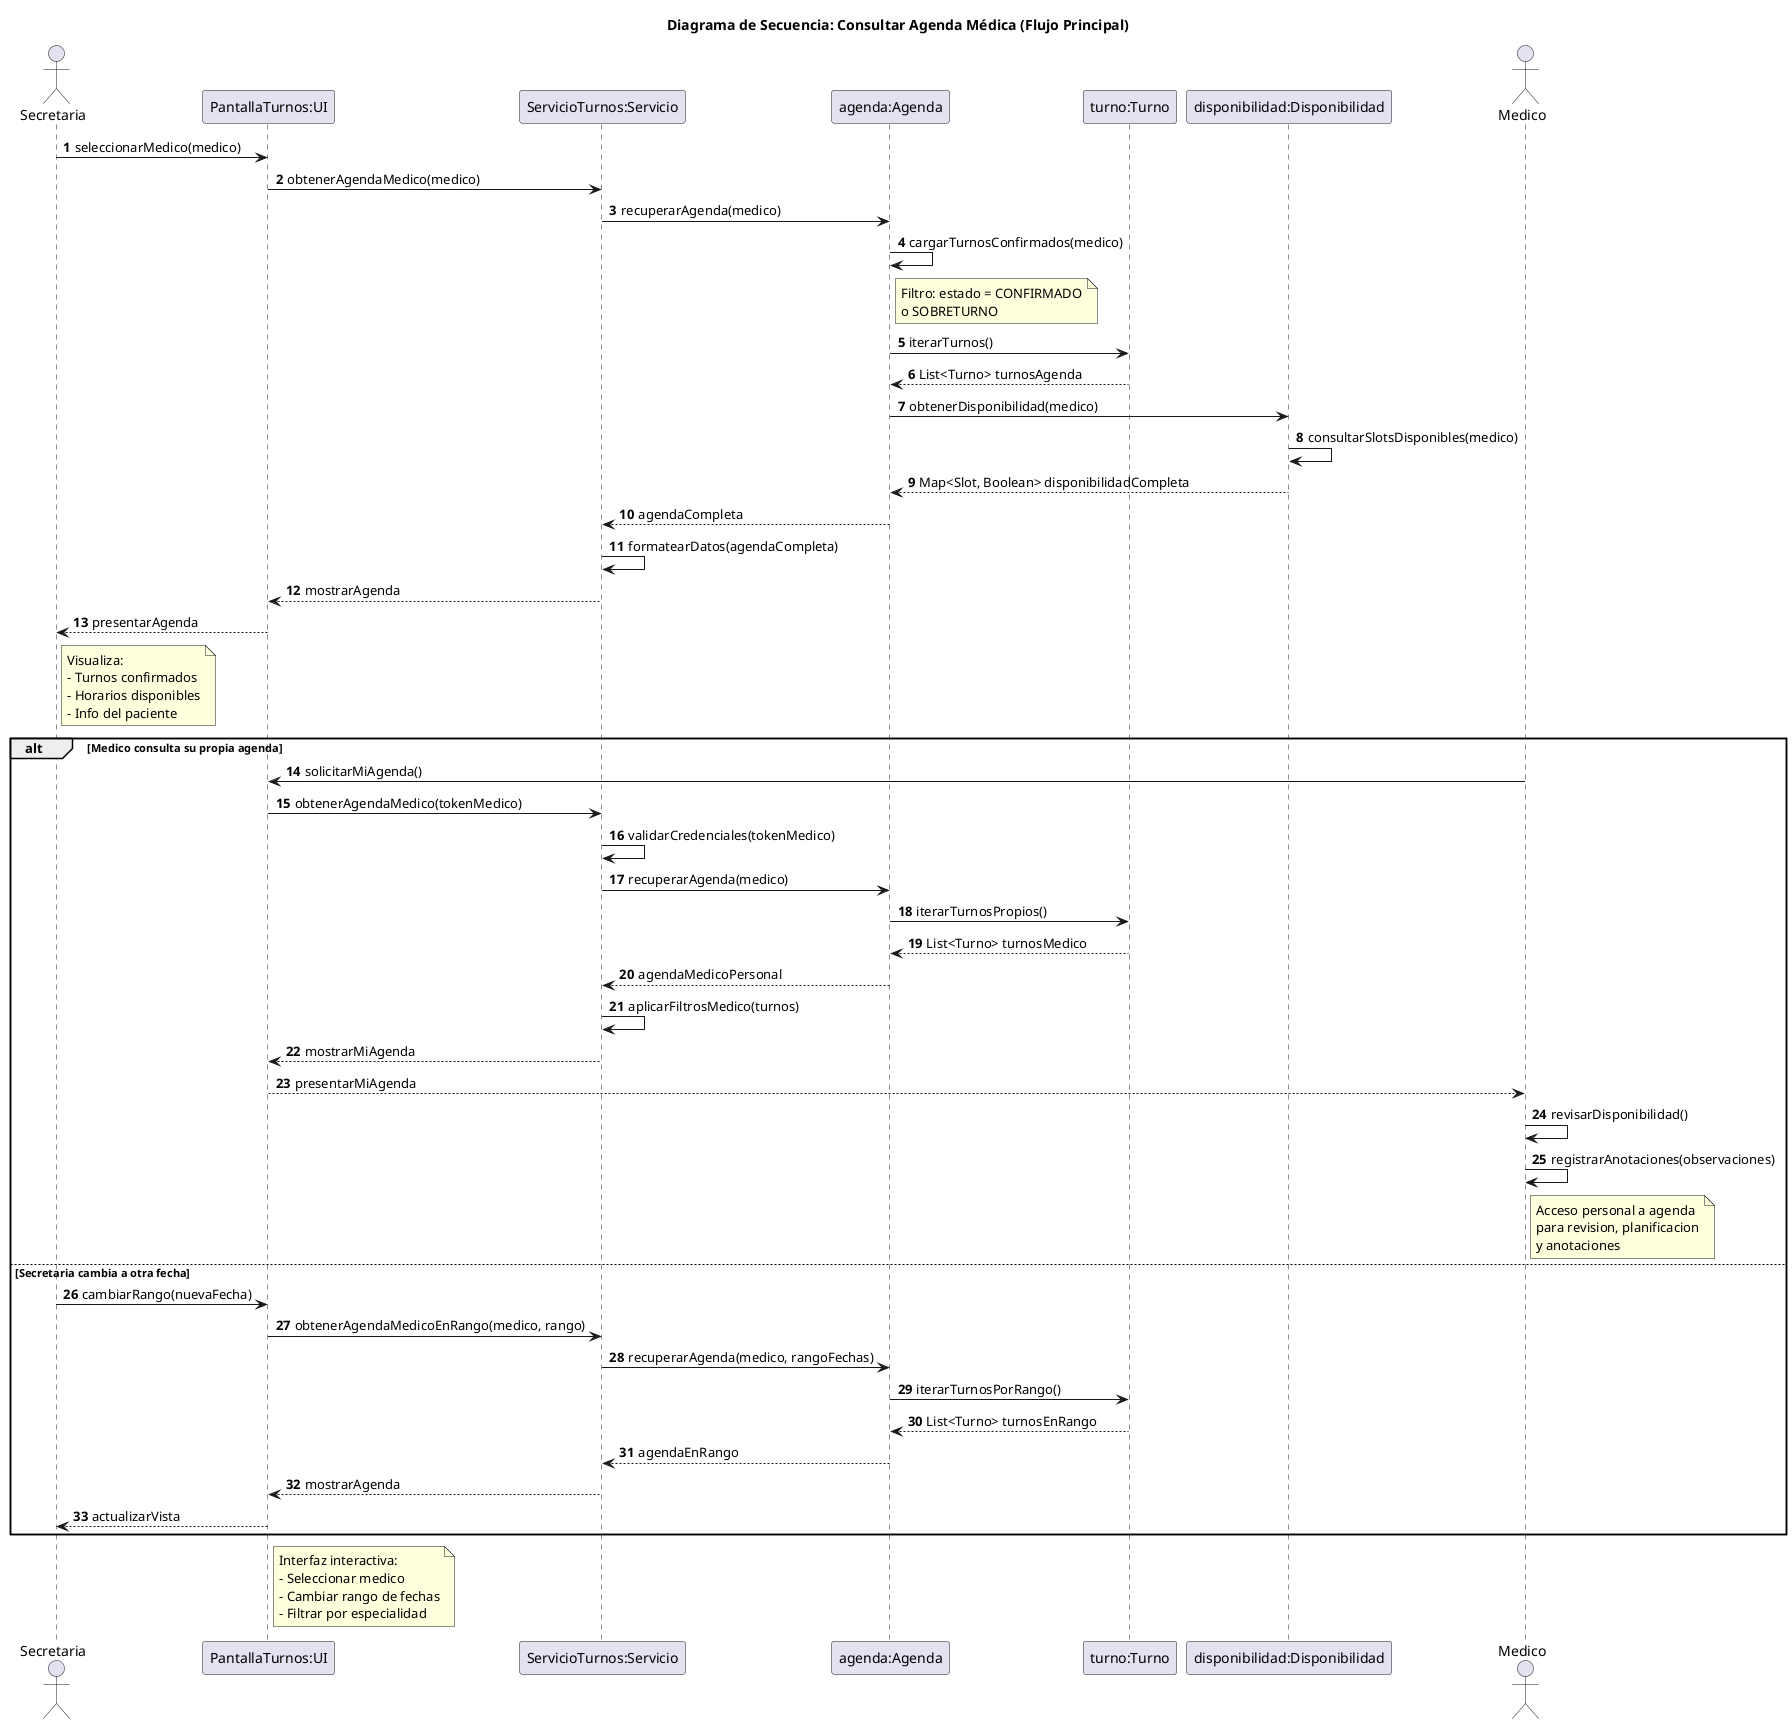
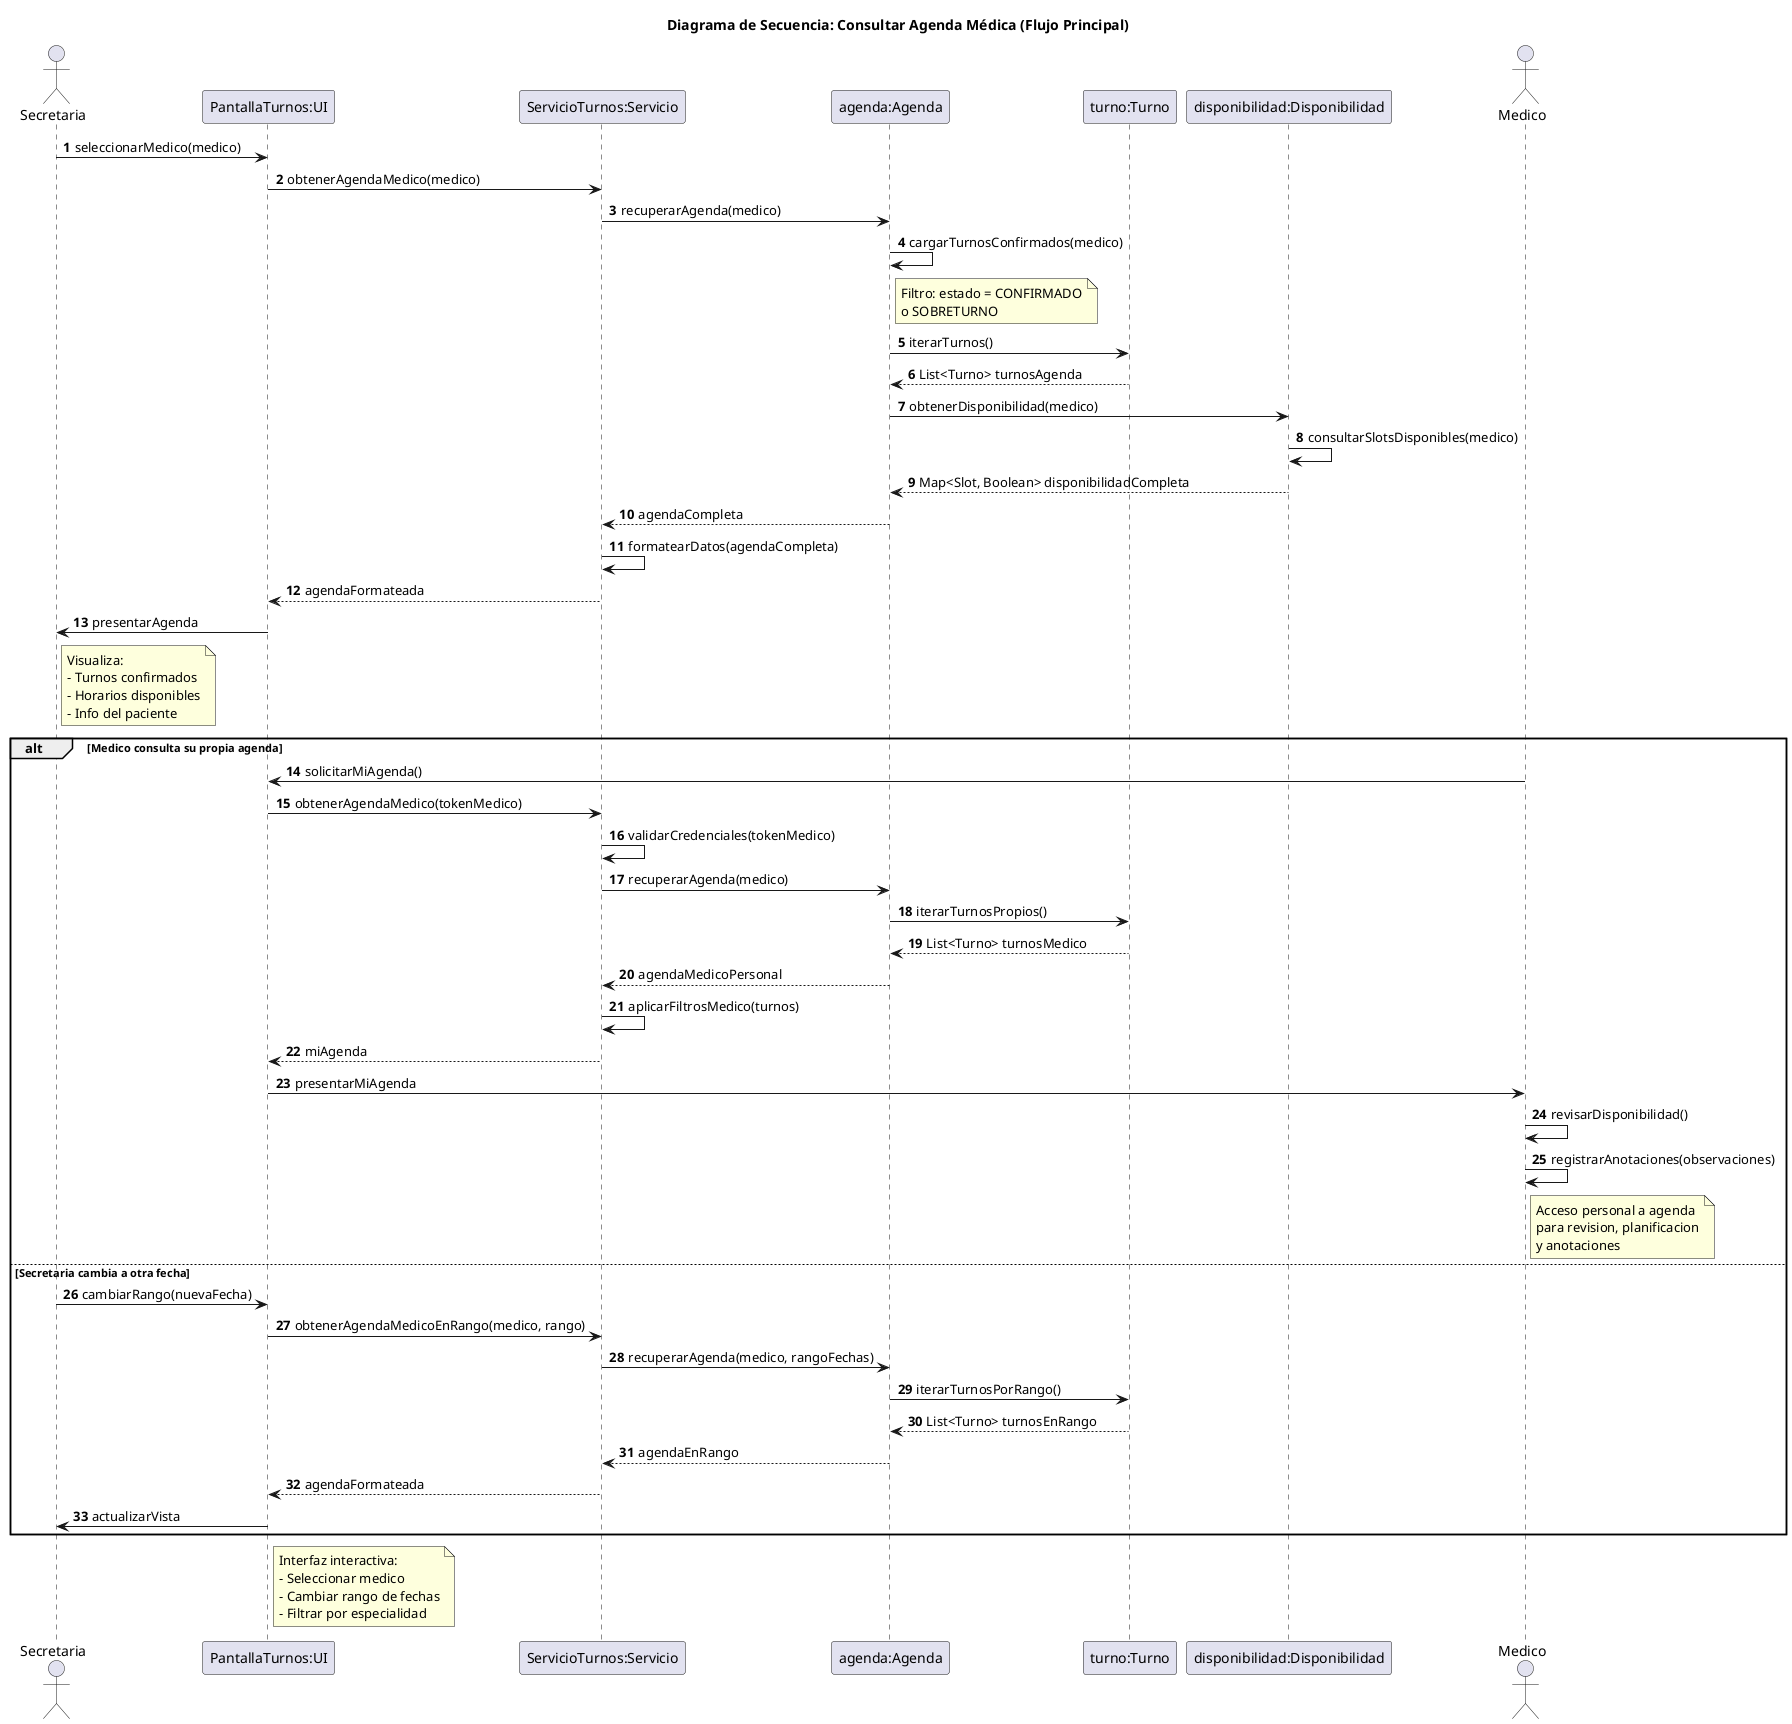
@startuml 05-secuencia-consultar-agenda-medica-flujo-principal-05
title Diagrama de Secuencia: Consultar Agenda Médica (Flujo Principal)

actor Secretaria
participant "PantallaTurnos:UI" as UI
participant "ServicioTurnos:Servicio" as Servicio
participant "agenda:Agenda" as Agenda
participant "turno:Turno" as Turno
participant "disponibilidad:Disponibilidad" as Disp
actor Medico

autonumber

Secretaria -> UI: seleccionarMedico(medico)
UI -> Servicio: obtenerAgendaMedico(medico)
Servicio -> Agenda: recuperarAgenda(medico)
Agenda -> Agenda: cargarTurnosConfirmados(medico)
note right of Agenda
  Filtro: estado = CONFIRMADO
  o SOBRETURNO
end note
Agenda -> Turno: iterarTurnos()
Turno --> Agenda: List<Turno> turnosAgenda
Agenda -> Disp: obtenerDisponibilidad(medico)
Disp -> Disp: consultarSlotsDisponibles(medico)
Disp --> Agenda: Map<Slot, Boolean> disponibilidadCompleta
Agenda --> Servicio: agendaCompleta
Servicio -> Servicio: formatearDatos(agendaCompleta)
- Servicio --> UI: mostrarAgenda
- UI --> Secretaria: presentarAgenda
+ Servicio --> UI: agendaFormateada
+ UI -> Secretaria: presentarAgenda
note right of Secretaria
  Visualiza:
  - Turnos confirmados
  - Horarios disponibles
  - Info del paciente
end note

alt Medico consulta su propia agenda
  Medico -> UI: solicitarMiAgenda()
  UI -> Servicio: obtenerAgendaMedico(tokenMedico)
  Servicio -> Servicio: validarCredenciales(tokenMedico)
  Servicio -> Agenda: recuperarAgenda(medico)
  Agenda -> Turno: iterarTurnosPropios()
  Turno --> Agenda: List<Turno> turnosMedico
  Agenda --> Servicio: agendaMedicoPersonal
  Servicio -> Servicio: aplicarFiltrosMedico(turnos)
-   Servicio --> UI: mostrarMiAgenda
-   UI --> Medico: presentarMiAgenda
+   Servicio --> UI: miAgenda
+   UI -> Medico: presentarMiAgenda
  Medico -> Medico: revisarDisponibilidad()
  Medico -> Medico: registrarAnotaciones(observaciones)

  note right of Medico
    Acceso personal a agenda
    para revision, planificacion
    y anotaciones
  end note
else Secretaria cambia a otra fecha
  Secretaria -> UI: cambiarRango(nuevaFecha)
  UI -> Servicio: obtenerAgendaMedicoEnRango(medico, rango)
  Servicio -> Agenda: recuperarAgenda(medico, rangoFechas)
  Agenda -> Turno: iterarTurnosPorRango()
  Turno --> Agenda: List<Turno> turnosEnRango
  Agenda --> Servicio: agendaEnRango
-   Servicio --> UI: mostrarAgenda
-   UI --> Secretaria: actualizarVista
+   Servicio --> UI: agendaFormateada
+   UI -> Secretaria: actualizarVista
end

note right of UI
  Interfaz interactiva:
  - Seleccionar medico
  - Cambiar rango de fechas
  - Filtrar por especialidad
end note

@enduml
